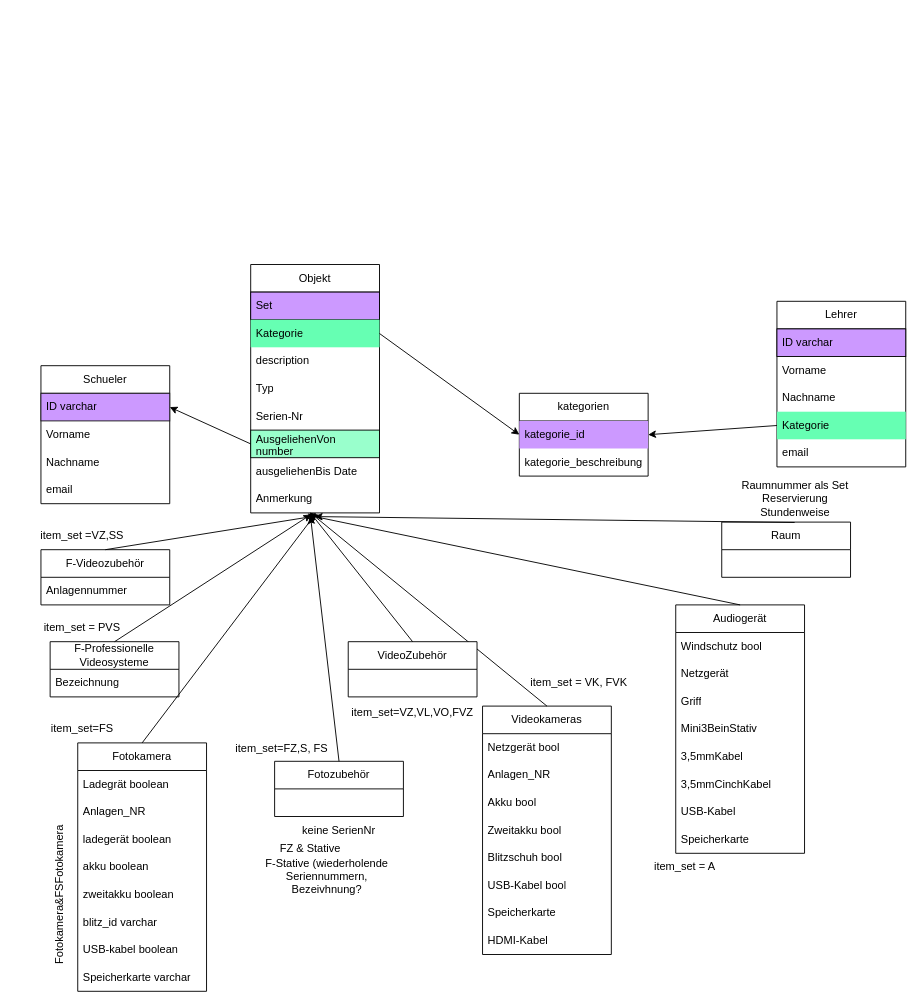
Before: Management/DB_Ressourcen/erdDatenbankStrukur.drawio in 2426-itp-ahitm/leoleih, a draw.io diagram. Source tidied: cells renumbered, new cells numbered last; positions are measured from the earlier drawing's top-left corner, leaving out a move shared by most shapes. Both pictures are drawn from the tidied source at 92%, with x=0, y=0 at pixel (-15, 264).
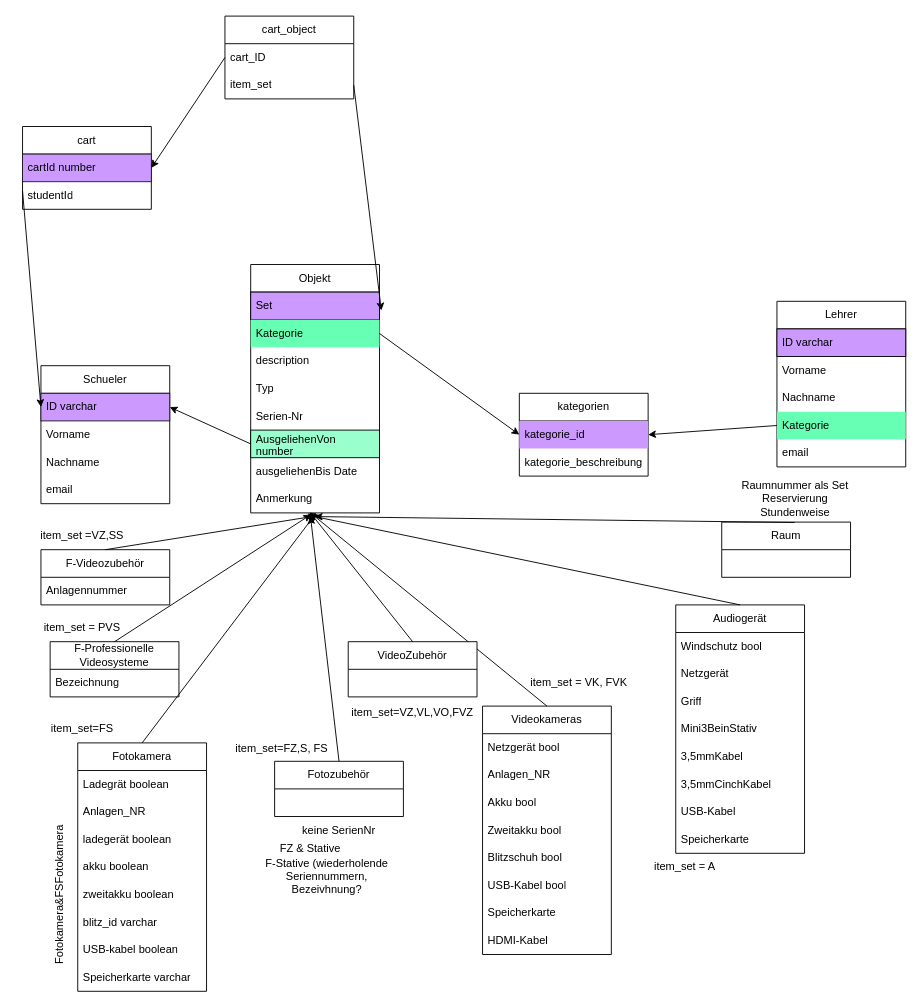
After the change.

Commit message (it also covers changes not shown here):
warenkorb erd

The change refers to these unchanged cells:
```xml
<mxCell id="59" value="ID varchar" style="text;strokeColor=#1A1A1A;fillColor=#CC99FF;align=left;verticalAlign=middle;spacingLeft=4;spacingRight=4;overflow=hidden;points=[[0,0.5],[1,0.5]];portConstraint=eastwest;whiteSpace=wrap;html=1;" parent="58" vertex="1">
  <mxGeometry y="30" width="140" height="30" as="geometry" />
</mxCell>
```

Change to the diagram source:
```diff
@@
+    <mxCell id="82" value="cart" style="swimlane;fontStyle=0;horizontal=1;startSize=30;whiteSpace=wrap;html=1;" parent="1" vertex="1">
+      <mxGeometry x="40" y="-150" width="140" height="90" as="geometry" />
+    </mxCell>
+    <mxCell id="83" style="endArrow=classic;html=1;rounded=0;entryX=0;entryY=0.5;entryDx=0;entryDy=0;" parent="82" edge="1" target="59">
+      <mxGeometry relative="1" as="geometry">
+        <mxPoint y="70" as="sourcePoint" />
+      </mxGeometry>
+    </mxCell>
+    <mxCell id="84" value="cartId number" style="text;strokeColor=#1A1A1A;fillColor=#CC99FF;align=left;verticalAlign=middle;spacingLeft=4;spacingRight=4;overflow=hidden;whiteSpace=wrap;html=1;" parent="82" vertex="1">
+      <mxGeometry y="30" width="140" height="30" as="geometry" />
+    </mxCell>
+    <mxCell id="85" value="studentId" style="text;strokeColor=none;fillColor=none;align=left;verticalAlign=middle;spacingLeft=4;spacingRight=4;overflow=hidden;whiteSpace=wrap;html=1;" parent="82" vertex="1">
+      <mxGeometry y="60" width="140" height="30" as="geometry" />
+    </mxCell>
+    <mxCell id="86" value="cart_object" style="swimlane;fontStyle=0;horizontal=1;startSize=30;whiteSpace=wrap;html=1;" parent="1" vertex="1">
+      <mxGeometry x="260" y="-270" width="140" height="90" as="geometry" />
+    </mxCell>
+    <mxCell id="87" value="cart_ID&amp;nbsp;" style="text;strokeColor=none;fillColor=none;align=left;verticalAlign=middle;spacingLeft=4;spacingRight=4;overflow=hidden;points=[[0,0.5],[1,0.5]];portConstraint=eastwest;whiteSpace=wrap;html=1;" parent="86" vertex="1">
+      <mxGeometry y="30" width="140" height="30" as="geometry" />
+    </mxCell>
+    <mxCell id="88" value="item_set" style="text;strokeColor=none;fillColor=none;align=left;verticalAlign=middle;spacingLeft=4;spacingRight=4;overflow=hidden;points=[[0,0.5],[1,0.5]];portConstraint=eastwest;whiteSpace=wrap;html=1;" parent="86" vertex="1">
+      <mxGeometry y="60" width="140" height="30" as="geometry" />
+    </mxCell>
+    <mxCell id="89" style="endArrow=classic;html=1;rounded=0;exitX=0;exitY=0.5;exitDx=0;exitDy=0;entryX=1;entryY=0.5;entryDx=0;entryDy=0;" parent="1" edge="1" source="87" target="82">
+      <mxGeometry relative="1" as="geometry" />
+    </mxCell>
+    <mxCell id="90" style="endArrow=classic;html=1;rounded=0;exitX=1;exitY=0.5;exitDx=0;exitDy=0;" parent="1" edge="1" source="88">
+      <mxGeometry relative="1" as="geometry">
+        <mxPoint x="430" y="50" as="targetPoint" />
+      </mxGeometry>
+    </mxCell>
```
